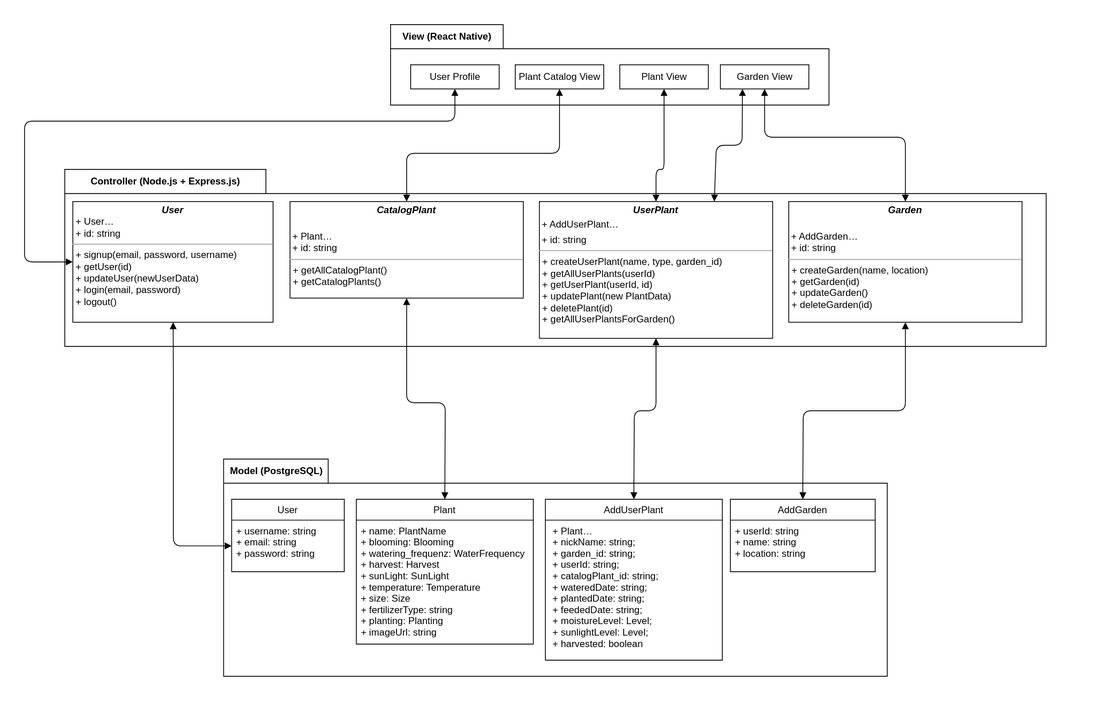
The draw.io diagram docs/assets/svg/architecturalDiagrams/logicalViewDiagram.drawio.svg in Green-Fingers-App/gardeningApp, before a commit. Source tidied: cells renumbered, new cells last; positions are measured from the earlier drawing's top-left corner, leaving out a move shared by most shapes.
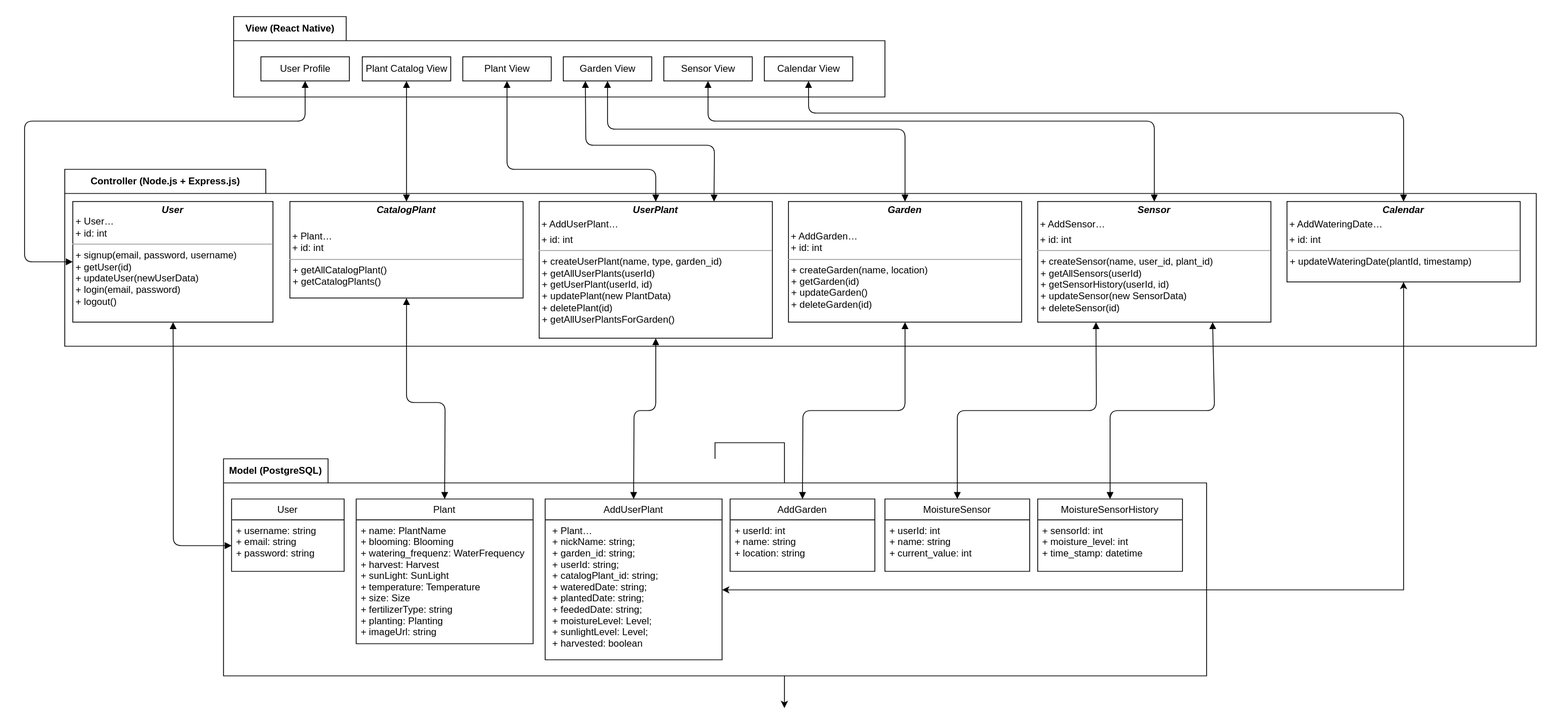
The same file after the commit.

Commit message:
Update logical view

Change to the diagram source:
```diff
@@ -3,14 +3,14 @@
     <mxCell id="0" />
     <mxCell id="1" parent="0" />
     <mxCell id="2" style="rounded=0;whiteSpace=wrap;html=1;strokeColor=none;fillColor=#FFFFFF;" parent="1" vertex="1">
-      <mxGeometry width="1360" height="880" as="geometry" />
+      <mxGeometry width="1950" height="880" as="geometry" />
     </mxCell>
     <mxCell id="3" value="&lt;font color=&quot;#000000&quot;&gt;View (React Native)&lt;/font&gt;" style="shape=folder;fontStyle=1;tabWidth=140;tabHeight=30;tabPosition=left;html=1;boundedLbl=1;labelInHeader=1;strokeColor=#000000;fillColor=#FFFFFF;" parent="1" vertex="1">
-      <mxGeometry x="485" y="30" width="545" height="100" as="geometry" />
+      <mxGeometry x="290" y="20" width="810" height="100" as="geometry" />
     </mxCell>
     <mxCell id="4" value="&lt;font color=&quot;#000000&quot;&gt;User Profile&lt;/font&gt;" style="html=1;strokeColor=#000000;fillColor=#FFFFFF;" parent="3" vertex="1">
       <mxGeometry width="110" height="30" relative="1" as="geometry">
-        <mxPoint x="25" y="50" as="offset" />
+        <mxPoint x="34" y="50" as="offset" />
       </mxGeometry>
     </mxCell>
     <mxCell id="5" value="&lt;font color=&quot;#000000&quot;&gt;Plant View&lt;/font&gt;" style="html=1;strokeColor=#000000;fillColor=#FFFFFF;" parent="3" vertex="1">
@@ -20,10 +20,19 @@
       <mxGeometry x="410" y="50" width="110" height="30" as="geometry" />
     </mxCell>
     <mxCell id="7" value="&lt;font color=&quot;#000000&quot;&gt;Plant Catalog View&lt;/font&gt;" style="html=1;strokeColor=#000000;fillColor=#FFFFFF;" parent="3" vertex="1">
-      <mxGeometry x="155" y="50" width="110" height="30" as="geometry" />
+      <mxGeometry x="160" y="50" width="110" height="30" as="geometry" />
     </mxCell>
+    <mxCell id="31" value="&lt;font color=&quot;#000000&quot;&gt;Sensor View&lt;/font&gt;" style="html=1;strokeColor=#000000;fillColor=#FFFFFF;" parent="3" vertex="1">
+      <mxGeometry x="535" y="50" width="110" height="30" as="geometry" />
+    </mxCell>
+    <mxCell id="32" value="&lt;font color=&quot;#000000&quot;&gt;Calendar View&lt;/font&gt;" style="html=1;strokeColor=#000000;fillColor=#FFFFFF;" parent="3" vertex="1">
+      <mxGeometry x="660" y="50" width="110" height="30" as="geometry" />
+    </mxCell>
+    <mxCell id="33" style="edgeStyle=orthogonalEdgeStyle;rounded=0;jettySize=auto;html=1;" parent="1" edge="1" source="8" target="2">
+      <mxGeometry relative="1" as="geometry" />
+    </mxCell>
     <mxCell id="8" value="&lt;font color=&quot;#000000&quot;&gt;Model (PostgreSQL)&lt;/font&gt;" style="shape=folder;fontStyle=1;tabWidth=130;tabHeight=30;tabPosition=left;html=1;boundedLbl=1;labelInHeader=1;strokeColor=#000000;fillColor=#FFFFFF;" parent="1" vertex="1">
-      <mxGeometry x="277.5" y="570" width="825" height="270" as="geometry" />
+      <mxGeometry x="277.5" y="570" width="1222.5" height="270" as="geometry" />
     </mxCell>
     <mxCell id="9" value="User" style="swimlane;fontStyle=0;horizontal=1;startSize=26;fillColor=none;strokeColor=#000000;fontColor=#000000;" parent="8" vertex="1">
       <mxGeometry x="10" y="50" width="140" height="90" as="geometry" />
@@ -40,7 +49,7 @@
     <mxCell id="13" value="AddGarden" style="swimlane;fontStyle=0;horizontal=1;startSize=26;fillColor=none;strokeColor=#000000;fontColor=#000000;" parent="8" vertex="1">
       <mxGeometry x="630" y="50" width="180" height="90" as="geometry" />
     </mxCell>
-    <mxCell id="14" value="+ userId: string&#10;+ name: string&#10;+ location: string" style="text;strokeColor=none;fillColor=none;align=left;verticalAlign=top;spacingLeft=4;spacingRight=4;overflow=hidden;fontColor=#000000;" parent="13" vertex="1">
+    <mxCell id="14" value="+ userId: int&#10;+ name: string&#10;+ location: string" style="text;strokeColor=none;fillColor=none;align=left;verticalAlign=top;spacingLeft=4;spacingRight=4;overflow=hidden;fontColor=#000000;" parent="13" vertex="1">
       <mxGeometry y="26" width="180" height="64" as="geometry" />
     </mxCell>
     <mxCell id="15" value="AddUserPlant" style="swimlane;fontStyle=0;horizontal=1;startSize=26;fillColor=none;strokeColor=#000000;fontColor=#000000;" parent="8" vertex="1">
@@ -49,21 +58,39 @@
     <mxCell id="16" value=" + Plant…&#10; + nickName: string;&#10; + garden_id: string;&#10; + userId: string;&#10; + catalogPlant_id: string;&#10; + wateredDate: string;&#10; + plantedDate: string;&#10; + feededDate: string;&#10; + moistureLevel: Level;&#10; + sunlightLevel: Level;&#10; + harvested: boolean" style="text;strokeColor=none;fillColor=none;align=left;verticalAlign=top;spacingLeft=4;spacingRight=4;overflow=hidden;points=[[0,0.5],[1,0.5]];portConstraint=eastwest;fontColor=#000000;" parent="15" vertex="1">
       <mxGeometry y="26" width="220" height="174" as="geometry" />
     </mxCell>
+    <mxCell id="34" value="MoistureSensor" style="swimlane;fontStyle=0;horizontal=1;startSize=26;fillColor=none;strokeColor=#000000;fontColor=#000000;" parent="8" vertex="1">
+      <mxGeometry x="822.5" y="50" width="180" height="90" as="geometry" />
+    </mxCell>
+    <mxCell id="35" value="+ userId: int&#10;+ name: string&#10;+ current_value: int" style="text;strokeColor=none;fillColor=none;align=left;verticalAlign=top;spacingLeft=4;spacingRight=4;overflow=hidden;fontColor=#000000;" parent="34" vertex="1">
+      <mxGeometry y="26" width="180" height="64" as="geometry" />
+    </mxCell>
+    <mxCell id="36" value="MoistureSensorHistory" style="swimlane;fontStyle=0;horizontal=1;startSize=26;fillColor=none;strokeColor=#000000;fontColor=#000000;" parent="8" vertex="1">
+      <mxGeometry x="1012.5" y="50" width="180" height="90" as="geometry" />
+    </mxCell>
+    <mxCell id="37" value="+ sensorId: int&#10;+ moisture_level: int&#10;+ time_stamp: datetime" style="text;strokeColor=none;fillColor=none;align=left;verticalAlign=top;spacingLeft=4;spacingRight=4;overflow=hidden;fontColor=#000000;" parent="36" vertex="1">
+      <mxGeometry y="26" width="180" height="64" as="geometry" />
+    </mxCell>
     <mxCell id="17" value="&lt;font color=&quot;#000000&quot;&gt;Controller (Node.js + Express.js)&lt;/font&gt;" style="shape=folder;fontStyle=1;tabWidth=250;tabHeight=30;tabPosition=left;html=1;boundedLbl=1;labelInHeader=1;strokeColor=#000000;fillColor=#FFFFFF;" parent="1" vertex="1">
-      <mxGeometry x="80" y="210" width="1220" height="220" as="geometry" />
+      <mxGeometry x="80" y="210" width="1830" height="220" as="geometry" />
     </mxCell>
-    <mxCell id="18" value="&lt;p style=&quot;margin:0px;margin-top:4px;text-align:center;&quot;&gt;&lt;i&gt;&lt;b&gt;User&lt;/b&gt;&lt;/i&gt;&lt;br&gt;&lt;/p&gt;&lt;p style=&quot;margin:0px;margin-left:4px;&quot;&gt;+ User…&lt;/p&gt;&lt;p style=&quot;margin:0px;margin-left:4px;&quot;&gt;+ id: string&lt;br&gt;&lt;/p&gt;&lt;hr size=&quot;1&quot;&gt;&lt;p style=&quot;margin:0px;margin-left:4px;&quot;&gt;+ signup(email, password, username)&lt;/p&gt;&lt;p style=&quot;margin:0px;margin-left:4px;&quot;&gt;+ getUser(id)&lt;/p&gt;&lt;p style=&quot;margin:0px;margin-left:4px;&quot;&gt;+ updateUser(newUserData)&lt;/p&gt;&lt;p style=&quot;margin:0px;margin-left:4px;&quot;&gt;+ login(email, password)&lt;/p&gt;&lt;p style=&quot;margin:0px;margin-left:4px;&quot;&gt;+ logout()&lt;/p&gt;" style="verticalAlign=top;align=left;overflow=fill;fontSize=12;fontFamily=Helvetica;html=1;strokeColor=#000000;fontColor=#000000;fillColor=#FFFFFF;" parent="17" vertex="1">
+    <mxCell id="18" value="&lt;p style=&quot;margin:0px;margin-top:4px;text-align:center;&quot;&gt;&lt;i&gt;&lt;b&gt;User&lt;/b&gt;&lt;/i&gt;&lt;br&gt;&lt;/p&gt;&lt;p style=&quot;margin:0px;margin-left:4px;&quot;&gt;+ User…&lt;/p&gt;&lt;p style=&quot;margin:0px;margin-left:4px;&quot;&gt;+ id: int&lt;br&gt;&lt;/p&gt;&lt;hr size=&quot;1&quot;&gt;&lt;p style=&quot;margin:0px;margin-left:4px;&quot;&gt;+ signup(email, password, username)&lt;/p&gt;&lt;p style=&quot;margin:0px;margin-left:4px;&quot;&gt;+ getUser(id)&lt;/p&gt;&lt;p style=&quot;margin:0px;margin-left:4px;&quot;&gt;+ updateUser(newUserData)&lt;/p&gt;&lt;p style=&quot;margin:0px;margin-left:4px;&quot;&gt;+ login(email, password)&lt;/p&gt;&lt;p style=&quot;margin:0px;margin-left:4px;&quot;&gt;+ logout()&lt;/p&gt;" style="verticalAlign=top;align=left;overflow=fill;fontSize=12;fontFamily=Helvetica;html=1;strokeColor=#000000;fontColor=#000000;fillColor=#FFFFFF;" parent="17" vertex="1">
       <mxGeometry x="10" y="40" width="249" height="150" as="geometry" />
     </mxCell>
-    <mxCell id="19" value="&lt;p style=&quot;margin:0px;margin-top:4px;text-align:center;&quot;&gt;&lt;span style=&quot;background-color: initial; text-align: left;&quot;&gt;&lt;b&gt;&lt;i&gt;UserPlant&lt;/i&gt;&lt;/b&gt;&lt;/span&gt;&lt;/p&gt;&lt;p style=&quot;margin: 4px 0px 0px;&quot;&gt;&lt;span style=&quot;background-color: initial;&quot;&gt;&amp;nbsp;+ AddUserPlant…&lt;/span&gt;&lt;/p&gt;&lt;p style=&quot;margin: 4px 0px 0px;&quot;&gt;&lt;span style=&quot;background-color: initial;&quot;&gt;&amp;nbsp;+ id: string&lt;/span&gt;&lt;/p&gt;&lt;hr size=&quot;1&quot;&gt;&lt;p style=&quot;margin:0px;margin-left:4px;&quot;&gt;+ createUserPlant(name, type, garden_id)&lt;/p&gt;&lt;p style=&quot;margin:0px;margin-left:4px;&quot;&gt;+ getAllUserPlants(userId)&lt;br&gt;&lt;/p&gt;&lt;p style=&quot;margin:0px;margin-left:4px;&quot;&gt;+ getUserPlant(userId, id)&lt;/p&gt;&lt;p style=&quot;margin:0px;margin-left:4px;&quot;&gt;+ updatePlant(new PlantData)&lt;/p&gt;&lt;p style=&quot;margin:0px;margin-left:4px;&quot;&gt;+ deletePlant(id)&lt;/p&gt;&lt;p style=&quot;margin:0px;margin-left:4px;&quot;&gt;+ getAllUserPlantsForGarden()&lt;/p&gt;" style="verticalAlign=top;align=left;overflow=fill;fontSize=12;fontFamily=Helvetica;html=1;strokeColor=#000000;fontColor=#000000;fillColor=#FFFFFF;" parent="17" vertex="1">
+    <mxCell id="19" value="&lt;p style=&quot;margin:0px;margin-top:4px;text-align:center;&quot;&gt;&lt;span style=&quot;background-color: initial; text-align: left;&quot;&gt;&lt;b&gt;&lt;i&gt;UserPlant&lt;/i&gt;&lt;/b&gt;&lt;/span&gt;&lt;/p&gt;&lt;p style=&quot;margin: 4px 0px 0px;&quot;&gt;&lt;span style=&quot;background-color: initial;&quot;&gt;&amp;nbsp;+ AddUserPlant…&lt;/span&gt;&lt;/p&gt;&lt;p style=&quot;margin: 4px 0px 0px;&quot;&gt;&lt;span style=&quot;background-color: initial;&quot;&gt;&amp;nbsp;+ id: int&lt;/span&gt;&lt;/p&gt;&lt;hr size=&quot;1&quot;&gt;&lt;p style=&quot;margin:0px;margin-left:4px;&quot;&gt;+ createUserPlant(name, type, garden_id)&lt;/p&gt;&lt;p style=&quot;margin:0px;margin-left:4px;&quot;&gt;+ getAllUserPlants(userId)&lt;br&gt;&lt;/p&gt;&lt;p style=&quot;margin:0px;margin-left:4px;&quot;&gt;+ getUserPlant(userId, id)&lt;/p&gt;&lt;p style=&quot;margin:0px;margin-left:4px;&quot;&gt;+ updatePlant(new PlantData)&lt;/p&gt;&lt;p style=&quot;margin:0px;margin-left:4px;&quot;&gt;+ deletePlant(id)&lt;/p&gt;&lt;p style=&quot;margin:0px;margin-left:4px;&quot;&gt;+ getAllUserPlantsForGarden()&lt;/p&gt;" style="verticalAlign=top;align=left;overflow=fill;fontSize=12;fontFamily=Helvetica;html=1;strokeColor=#000000;fontColor=#000000;fillColor=#FFFFFF;" parent="17" vertex="1">
       <mxGeometry x="590" y="40" width="290" height="170" as="geometry" />
     </mxCell>
-    <mxCell id="20" value="&lt;p style=&quot;margin:0px;margin-top:4px;text-align:center;&quot;&gt;&lt;span style=&quot;background-color: initial; text-align: left;&quot;&gt;&lt;b&gt;&lt;i&gt;Garden&lt;/i&gt;&lt;/b&gt;&lt;/span&gt;&lt;/p&gt;&lt;p style=&quot;margin: 4px 0px 0px;&quot;&gt;&lt;span style=&quot;background-color: initial;&quot;&gt;&amp;nbsp;&lt;/span&gt;&lt;/p&gt;&amp;nbsp;+ AddGarden…&lt;br&gt;&amp;nbsp;+ id: string&lt;br&gt;&lt;hr size=&quot;1&quot;&gt;&lt;p style=&quot;margin:0px;margin-left:4px;&quot;&gt;+ createGarden(name, location)&lt;/p&gt;&lt;p style=&quot;margin:0px;margin-left:4px;&quot;&gt;+ getGarden(id)&lt;/p&gt;&lt;p style=&quot;margin:0px;margin-left:4px;&quot;&gt;+ updateGarden()&lt;/p&gt;&lt;p style=&quot;margin:0px;margin-left:4px;&quot;&gt;+ deleteGarden(id)&lt;/p&gt;" style="verticalAlign=top;align=left;overflow=fill;fontSize=12;fontFamily=Helvetica;html=1;strokeColor=#000000;fontColor=#000000;fillColor=#FFFFFF;" parent="17" vertex="1">
+    <mxCell id="20" value="&lt;p style=&quot;margin:0px;margin-top:4px;text-align:center;&quot;&gt;&lt;span style=&quot;background-color: initial; text-align: left;&quot;&gt;&lt;b&gt;&lt;i&gt;Garden&lt;/i&gt;&lt;/b&gt;&lt;/span&gt;&lt;/p&gt;&lt;p style=&quot;margin: 4px 0px 0px;&quot;&gt;&lt;span style=&quot;background-color: initial;&quot;&gt;&amp;nbsp;&lt;/span&gt;&lt;/p&gt;&amp;nbsp;+ AddGarden…&lt;br&gt;&amp;nbsp;+ id: int&lt;br&gt;&lt;hr size=&quot;1&quot;&gt;&lt;p style=&quot;margin:0px;margin-left:4px;&quot;&gt;+ createGarden(name, location)&lt;/p&gt;&lt;p style=&quot;margin:0px;margin-left:4px;&quot;&gt;+ getGarden(id)&lt;/p&gt;&lt;p style=&quot;margin:0px;margin-left:4px;&quot;&gt;+ updateGarden()&lt;/p&gt;&lt;p style=&quot;margin:0px;margin-left:4px;&quot;&gt;+ deleteGarden(id)&lt;/p&gt;" style="verticalAlign=top;align=left;overflow=fill;fontSize=12;fontFamily=Helvetica;html=1;strokeColor=#000000;fontColor=#000000;fillColor=#FFFFFF;" parent="17" vertex="1">
       <mxGeometry x="900" y="40" width="290" height="150" as="geometry" />
     </mxCell>
-    <mxCell id="21" value="&lt;p style=&quot;margin:0px;margin-top:4px;text-align:center;&quot;&gt;&lt;span style=&quot;background-color: initial; text-align: left;&quot;&gt;&lt;b&gt;&lt;i&gt;CatalogPlant&lt;/i&gt;&lt;/b&gt;&lt;/span&gt;&lt;/p&gt;&lt;p style=&quot;margin: 4px 0px 0px;&quot;&gt;&lt;span style=&quot;background-color: initial;&quot;&gt;&amp;nbsp;&lt;/span&gt;&lt;/p&gt;&amp;nbsp;+ Plant…&lt;br&gt;&amp;nbsp;+ id: string&lt;br&gt;&lt;hr size=&quot;1&quot;&gt;&lt;p style=&quot;margin:0px;margin-left:4px;&quot;&gt;+ getAllCatalogPlant()&lt;br&gt;&lt;/p&gt;&lt;p style=&quot;margin:0px;margin-left:4px;&quot;&gt;+ getCatalogPlants()&lt;/p&gt;" style="verticalAlign=top;align=left;overflow=fill;fontSize=12;fontFamily=Helvetica;html=1;strokeColor=#000000;fontColor=#000000;fillColor=#FFFFFF;" parent="17" vertex="1">
+    <mxCell id="21" value="&lt;p style=&quot;margin:0px;margin-top:4px;text-align:center;&quot;&gt;&lt;span style=&quot;background-color: initial; text-align: left;&quot;&gt;&lt;b&gt;&lt;i&gt;CatalogPlant&lt;/i&gt;&lt;/b&gt;&lt;/span&gt;&lt;/p&gt;&lt;p style=&quot;margin: 4px 0px 0px;&quot;&gt;&lt;span style=&quot;background-color: initial;&quot;&gt;&amp;nbsp;&lt;/span&gt;&lt;/p&gt;&amp;nbsp;+ Plant…&lt;br&gt;&amp;nbsp;+ id: int&lt;br&gt;&lt;hr size=&quot;1&quot;&gt;&lt;p style=&quot;margin:0px;margin-left:4px;&quot;&gt;+ getAllCatalogPlant()&lt;br&gt;&lt;/p&gt;&lt;p style=&quot;margin:0px;margin-left:4px;&quot;&gt;+ getCatalogPlants()&lt;/p&gt;" style="verticalAlign=top;align=left;overflow=fill;fontSize=12;fontFamily=Helvetica;html=1;strokeColor=#000000;fontColor=#000000;fillColor=#FFFFFF;" parent="17" vertex="1">
       <mxGeometry x="280" y="40" width="290" height="120" as="geometry" />
     </mxCell>
+    <mxCell id="38" value="&lt;p style=&quot;margin:0px;margin-top:4px;text-align:center;&quot;&gt;&lt;span style=&quot;background-color: initial; text-align: left;&quot;&gt;&lt;b&gt;&lt;i&gt;Sensor&lt;/i&gt;&lt;/b&gt;&lt;/span&gt;&lt;/p&gt;&lt;p style=&quot;margin: 4px 0px 0px;&quot;&gt;&lt;span style=&quot;background-color: initial;&quot;&gt;&amp;nbsp;+ AddSensor…&lt;/span&gt;&lt;/p&gt;&lt;p style=&quot;margin: 4px 0px 0px;&quot;&gt;&lt;span style=&quot;background-color: initial;&quot;&gt;&amp;nbsp;+ id: int&lt;/span&gt;&lt;/p&gt;&lt;hr size=&quot;1&quot;&gt;&lt;p style=&quot;margin:0px;margin-left:4px;&quot;&gt;+ createSensor(name, user_id, plant_id)&lt;/p&gt;&lt;p style=&quot;margin:0px;margin-left:4px;&quot;&gt;+ getAllSensors(userId)&lt;br&gt;&lt;/p&gt;&lt;p style=&quot;margin:0px;margin-left:4px;&quot;&gt;+ getSensorHistory(userId, id)&lt;/p&gt;&lt;p style=&quot;margin:0px;margin-left:4px;&quot;&gt;+ updateSensor(new SensorData)&lt;/p&gt;&lt;p style=&quot;margin:0px;margin-left:4px;&quot;&gt;+ deleteSensor(id)&lt;/p&gt;" style="verticalAlign=top;align=left;overflow=fill;fontSize=12;fontFamily=Helvetica;html=1;strokeColor=#000000;fontColor=#000000;fillColor=#FFFFFF;" parent="17" vertex="1">
+      <mxGeometry x="1210" y="40" width="290" height="150" as="geometry" />
+    </mxCell>
+    <mxCell id="39" value="&lt;p style=&quot;margin:0px;margin-top:4px;text-align:center;&quot;&gt;&lt;span style=&quot;background-color: initial; text-align: left;&quot;&gt;&lt;b&gt;&lt;i&gt;Calendar&lt;/i&gt;&lt;/b&gt;&lt;/span&gt;&lt;/p&gt;&lt;p style=&quot;margin: 4px 0px 0px;&quot;&gt;&lt;span style=&quot;background-color: initial;&quot;&gt;&amp;nbsp;+ AddWateringDate…&lt;/span&gt;&lt;/p&gt;&lt;p style=&quot;margin: 4px 0px 0px;&quot;&gt;&lt;span style=&quot;background-color: initial;&quot;&gt;&amp;nbsp;+ id: int&lt;/span&gt;&lt;/p&gt;&lt;hr size=&quot;1&quot;&gt;&lt;p style=&quot;margin:0px;margin-left:4px;&quot;&gt;+ updateWateringDate(plantId, timestamp)&lt;/p&gt;" style="verticalAlign=top;align=left;overflow=fill;fontSize=12;fontFamily=Helvetica;html=1;strokeColor=#000000;fontColor=#000000;fillColor=#FFFFFF;" parent="17" vertex="1">
+      <mxGeometry x="1520" y="40" width="290" height="100" as="geometry" />
+    </mxCell>
     <mxCell id="22" style="edgeStyle=none;html=1;entryX=0;entryY=0.5;entryDx=0;entryDy=0;strokeColor=#000000;startArrow=block;startFill=1;endArrow=block;endFill=1;" parent="1" edge="1" source="18" target="10">
       <mxGeometry relative="1" as="geometry">
         <Array as="points">
@@ -101,7 +128,7 @@
         <Array as="points">
           <mxPoint x="30" y="325" />
           <mxPoint x="30" y="150" />
-          <mxPoint x="565" y="150" />
+          <mxPoint x="379" y="150" />
         </Array>
       </mxGeometry>
     </mxCell>
@@ -109,7 +136,6 @@
       <mxGeometry relative="1" as="geometry">
         <Array as="points">
           <mxPoint x="505" y="190" />
-          <mxPoint x="695" y="190" />
         </Array>
       </mxGeometry>
     </mxCell>
@@ -117,25 +143,61 @@
       <mxGeometry relative="1" as="geometry">
         <Array as="points">
           <mxPoint x="815" y="210" />
-          <mxPoint x="825" y="210" />
+          <mxPoint x="630" y="210" />
         </Array>
       </mxGeometry>
     </mxCell>
     <mxCell id="29" style="edgeStyle=none;html=1;entryX=0.5;entryY=0;entryDx=0;entryDy=0;strokeColor=#000000;startArrow=block;startFill=1;endArrow=block;endFill=1;" parent="1" edge="1" source="6" target="20">
       <mxGeometry relative="1" as="geometry">
         <Array as="points">
-          <mxPoint x="950" y="170" />
-          <mxPoint x="1125" y="170" />
+          <mxPoint x="755" y="160" />
+          <mxPoint x="1125" y="160" />
         </Array>
       </mxGeometry>
     </mxCell>
     <mxCell id="30" style="edgeStyle=none;html=1;entryX=0.25;entryY=1;entryDx=0;entryDy=0;strokeColor=#000000;startArrow=block;startFill=1;endArrow=block;endFill=1;exitX=0.75;exitY=0;exitDx=0;exitDy=0;" parent="1" edge="1" source="19" target="6">
       <mxGeometry relative="1" as="geometry">
         <Array as="points">
-          <mxPoint x="890" y="180" />
-          <mxPoint x="922" y="180" />
+          <mxPoint x="888" y="180" />
+          <mxPoint x="728" y="180" />
         </Array>
       </mxGeometry>
     </mxCell>
+    <mxCell id="40" style="edgeStyle=none;html=1;exitX=0.5;exitY=0;exitDx=0;exitDy=0;entryX=0.25;entryY=1;entryDx=0;entryDy=0;strokeColor=#000000;startArrow=block;startFill=1;endArrow=block;endFill=1;" parent="1" edge="1" source="34" target="38">
+      <mxGeometry relative="1" as="geometry">
+        <Array as="points">
+          <mxPoint x="1190" y="510" />
+          <mxPoint x="1363" y="510" />
+        </Array>
+      </mxGeometry>
+    </mxCell>
+    <mxCell id="41" style="edgeStyle=none;html=1;exitX=0.5;exitY=0;exitDx=0;exitDy=0;entryX=0.75;entryY=1;entryDx=0;entryDy=0;strokeColor=#000000;startArrow=block;startFill=1;endArrow=block;endFill=1;" parent="1" edge="1" source="36" target="38">
+      <mxGeometry relative="1" as="geometry">
+        <Array as="points">
+          <mxPoint x="1380" y="510" />
+          <mxPoint x="1510" y="510" />
+        </Array>
+      </mxGeometry>
+    </mxCell>
+    <mxCell id="42" style="edgeStyle=none;html=1;entryX=0.5;entryY=0;entryDx=0;entryDy=0;strokeColor=#000000;startArrow=block;startFill=1;endArrow=block;endFill=1;" parent="1" edge="1" target="38">
+      <mxGeometry relative="1" as="geometry">
+        <mxPoint x="880" y="100" as="sourcePoint" />
+        <Array as="points">
+          <mxPoint x="880" y="150" />
+          <mxPoint x="1435" y="150" />
+        </Array>
+      </mxGeometry>
+    </mxCell>
+    <mxCell id="43" style="edgeStyle=none;html=1;entryX=0.5;entryY=0;entryDx=0;entryDy=0;strokeColor=#000000;startArrow=block;startFill=1;endArrow=block;endFill=1;exitX=0.5;exitY=1;exitDx=0;exitDy=0;" parent="1" edge="1" source="32" target="39">
+      <mxGeometry relative="1" as="geometry">
+        <Array as="points">
+          <mxPoint x="1005" y="140" />
+          <mxPoint x="1745" y="140" />
+        </Array>
+      </mxGeometry>
+    </mxCell>
+    <mxCell id="44" style="edgeStyle=orthogonalEdgeStyle;rounded=0;jettySize=auto;html=1;exitX=0.5;exitY=1;exitDx=0;exitDy=0;entryX=1;entryY=0.5;entryDx=0;entryDy=0;strokeColor=#000000;startArrow=classic;startFill=1;" parent="1" edge="1" source="39" target="16">
+      <mxGeometry relative="1" as="geometry" />
+    </mxCell>
   </root>
 </mxGraphModel>
```
